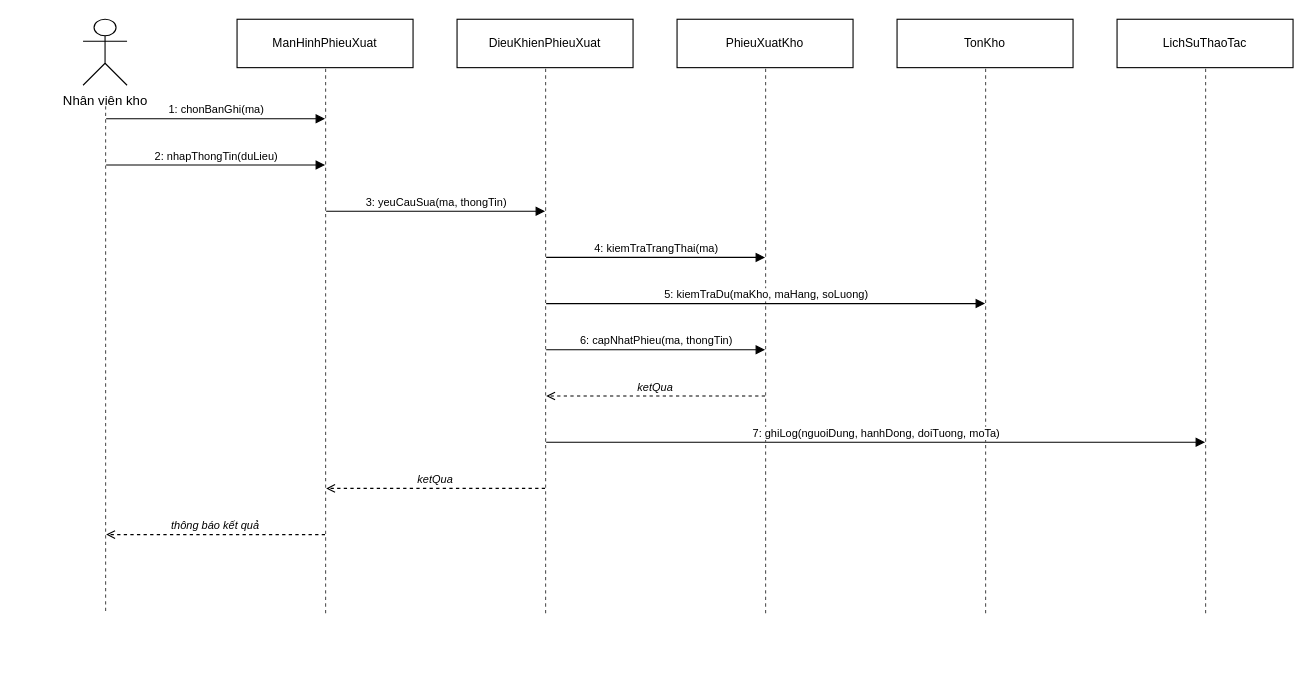
Earlier version of the draw.io diagram diagram/drawio/5.29_sequence_uc29.drawio (quangminh1212/Phan-tich-va-thiet-ke-he-thong). Source tidied: cells renumbered, new cells numbered last; positions are measured from the earlier drawing's top-left corner, leaving out a move shared by most shapes. Both pictures are drawn from the tidied source at 110%, with x=0, y=0 at pixel (82, 19).
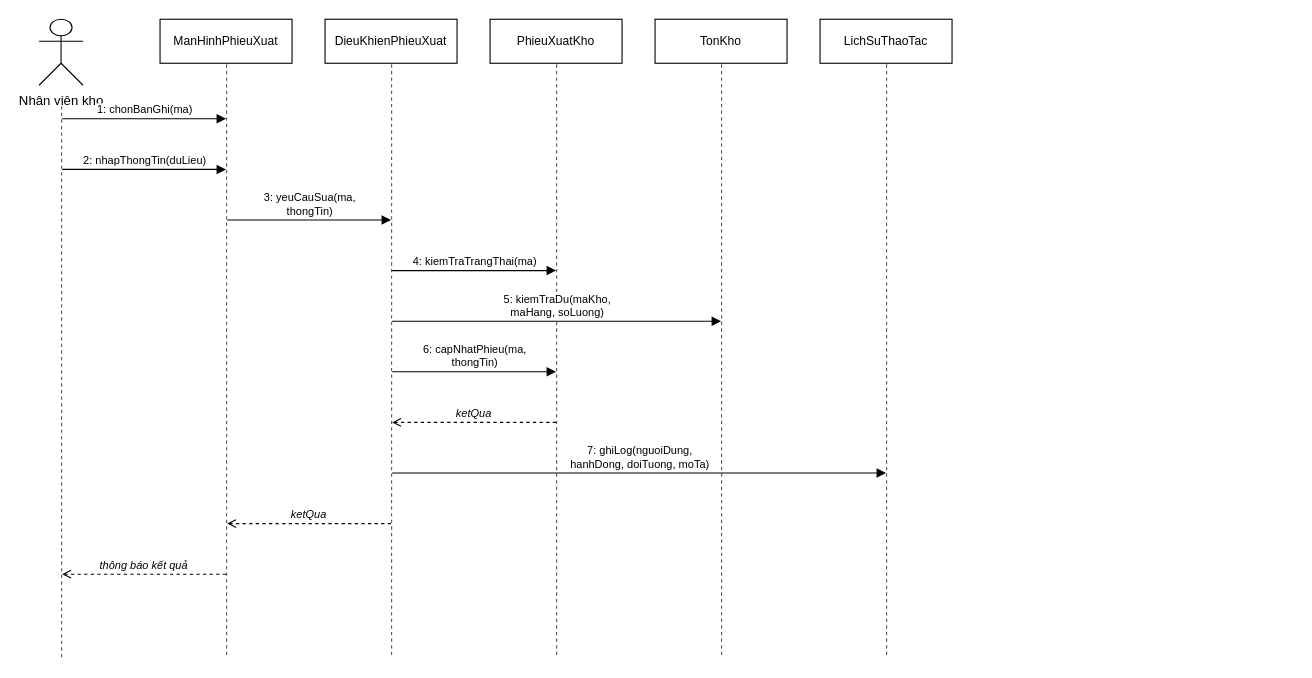
The same page after the edit.

Change to the diagram source:
```diff
@@
     <mxCell id="2" value="Nhân viên kho" style="shape=umlActor;verticalLabelPosition=bottom;verticalAlign=top;html=1;fillColor=#FFFFFF;strokeColor=#000000;" parent="1" vertex="1">
-      <mxGeometry width="40" height="60" as="geometry" />
+      <mxGeometry x="-40" width="40" height="60" as="geometry" />
     </mxCell>
     <mxCell id="3" style="point;html=1;fillColor=none;strokeColor=none;" parent="1" vertex="1">
-      <mxGeometry x="20" y="78" width="1" height="1" as="geometry" />
+      <mxGeometry x="-20" y="78" width="1" height="1" as="geometry" />
     </mxCell>
     <mxCell id="4" style="point;html=1;fillColor=none;strokeColor=none;" parent="1" vertex="1">
-      <mxGeometry x="20" y="540" width="1" height="1" as="geometry" />
+      <mxGeometry x="-20" y="580" width="1" height="1" as="geometry" />
     </mxCell>
@@
     <mxCell id="6" value="ManHinhPhieuXuat" style="rounded=0;whiteSpace=wrap;html=1;fillColor=#FFFFFF;strokeColor=#000000;fontSize=11;align=center;" parent="1" vertex="1">
-      <mxGeometry x="140" width="160" height="44" as="geometry" />
+      <mxGeometry x="70" width="120" height="40" as="geometry" />
     </mxCell>
     <mxCell id="7" style="point;html=1;fillColor=none;strokeColor=none;" parent="1" vertex="1">
-      <mxGeometry x="220" y="44" width="1" height="1" as="geometry" />
+      <mxGeometry x="130" y="40" width="1" height="1" as="geometry" />
     </mxCell>
     <mxCell id="8" style="point;html=1;fillColor=none;strokeColor=none;" parent="1" vertex="1">
-      <mxGeometry x="220" y="540" width="1" height="1" as="geometry" />
+      <mxGeometry x="130" y="580" width="1" height="1" as="geometry" />
     </mxCell>
@@
     <mxCell id="10" value="DieuKhienPhieuXuat" style="rounded=0;whiteSpace=wrap;html=1;fillColor=#FFFFFF;strokeColor=#000000;fontSize=11;align=center;" parent="1" vertex="1">
-      <mxGeometry x="340" width="160" height="44" as="geometry" />
+      <mxGeometry x="220" width="120" height="40" as="geometry" />
     </mxCell>
     <mxCell id="11" style="point;html=1;fillColor=none;strokeColor=none;" parent="1" vertex="1">
-      <mxGeometry x="420" y="44" width="1" height="1" as="geometry" />
+      <mxGeometry x="280" y="40" width="1" height="1" as="geometry" />
     </mxCell>
     <mxCell id="12" style="point;html=1;fillColor=none;strokeColor=none;" parent="1" vertex="1">
-      <mxGeometry x="420" y="540" width="1" height="1" as="geometry" />
+      <mxGeometry x="280" y="580" width="1" height="1" as="geometry" />
     </mxCell>
@@
     <mxCell id="14" value="PhieuXuatKho" style="rounded=0;whiteSpace=wrap;html=1;fillColor=#FFFFFF;strokeColor=#000000;fontSize=11;align=center;" parent="1" vertex="1">
-      <mxGeometry x="540" width="160" height="44" as="geometry" />
+      <mxGeometry x="370" width="120" height="40" as="geometry" />
     </mxCell>
     <mxCell id="15" style="point;html=1;fillColor=none;strokeColor=none;" parent="1" vertex="1">
-      <mxGeometry x="620" y="44" width="1" height="1" as="geometry" />
+      <mxGeometry x="430" y="40" width="1" height="1" as="geometry" />
     </mxCell>
     <mxCell id="16" style="point;html=1;fillColor=none;strokeColor=none;" parent="1" vertex="1">
-      <mxGeometry x="620" y="540" width="1" height="1" as="geometry" />
+      <mxGeometry x="430" y="580" width="1" height="1" as="geometry" />
     </mxCell>
@@
     <mxCell id="18" value="TonKho" style="rounded=0;whiteSpace=wrap;html=1;fillColor=#FFFFFF;strokeColor=#000000;fontSize=11;align=center;" parent="1" vertex="1">
-      <mxGeometry x="740" width="160" height="44" as="geometry" />
+      <mxGeometry x="520" width="120" height="40" as="geometry" />
     </mxCell>
     <mxCell id="19" style="point;html=1;fillColor=none;strokeColor=none;" parent="1" vertex="1">
-      <mxGeometry x="820" y="44" width="1" height="1" as="geometry" />
+      <mxGeometry x="580" y="40" width="1" height="1" as="geometry" />
     </mxCell>
     <mxCell id="20" style="point;html=1;fillColor=none;strokeColor=none;" parent="1" vertex="1">
-      <mxGeometry x="820" y="540" width="1" height="1" as="geometry" />
+      <mxGeometry x="580" y="580" width="1" height="1" as="geometry" />
     </mxCell>
@@
     <mxCell id="22" value="LichSuThaoTac" style="rounded=0;whiteSpace=wrap;html=1;fillColor=#FFFFFF;strokeColor=#000000;fontSize=11;align=center;" parent="1" vertex="1">
-      <mxGeometry x="940" width="160" height="44" as="geometry" />
+      <mxGeometry x="670" width="120" height="40" as="geometry" />
     </mxCell>
     <mxCell id="23" style="point;html=1;fillColor=none;strokeColor=none;" parent="1" vertex="1">
-      <mxGeometry x="1020" y="44" width="1" height="1" as="geometry" />
+      <mxGeometry x="730" y="40" width="1" height="1" as="geometry" />
     </mxCell>
     <mxCell id="24" style="point;html=1;fillColor=none;strokeColor=none;" parent="1" vertex="1">
-      <mxGeometry x="1020" y="540" width="1" height="1" as="geometry" />
+      <mxGeometry x="730" y="580" width="1" height="1" as="geometry" />
     </mxCell>
@@
     <mxCell id="26" style="point;html=1;fillColor=none;strokeColor=none;" parent="1" vertex="1">
-      <mxGeometry x="20" y="90" width="1" height="1" as="geometry" />
+      <mxGeometry x="-20" y="90" width="1" height="1" as="geometry" />
     </mxCell>
     <mxCell id="27" style="point;html=1;fillColor=none;strokeColor=none;" parent="1" vertex="1">
-      <mxGeometry x="220" y="90" width="1" height="1" as="geometry" />
+      <mxGeometry x="130" y="90" width="1" height="1" as="geometry" />
     </mxCell>
@@
     <mxCell id="29" style="point;html=1;fillColor=none;strokeColor=none;" parent="1" vertex="1">
-      <mxGeometry x="20" y="132" width="1" height="1" as="geometry" />
+      <mxGeometry x="-20" y="136" width="1" height="1" as="geometry" />
     </mxCell>
     <mxCell id="30" style="point;html=1;fillColor=none;strokeColor=none;" parent="1" vertex="1">
-      <mxGeometry x="220" y="132" width="1" height="1" as="geometry" />
+      <mxGeometry x="130" y="136" width="1" height="1" as="geometry" />
     </mxCell>
@@
     <mxCell id="32" style="point;html=1;fillColor=none;strokeColor=none;" parent="1" vertex="1">
-      <mxGeometry x="220" y="174" width="1" height="1" as="geometry" />
+      <mxGeometry x="130" y="182" width="1" height="1" as="geometry" />
     </mxCell>
     <mxCell id="33" style="point;html=1;fillColor=none;strokeColor=none;" parent="1" vertex="1">
-      <mxGeometry x="420" y="174" width="1" height="1" as="geometry" />
+      <mxGeometry x="280" y="182" width="1" height="1" as="geometry" />
     </mxCell>
-    <mxCell id="34" value="3: yeuCauSua(ma, thongTin)" style="html=1;verticalAlign=bottom;endArrow=block;endFill=1;rounded=0;strokeColor=#000000;fontSize=10;" parent="1" edge="1" source="32" target="33">
+    <mxCell id="34" value="3: yeuCauSua(ma,&#10;thongTin)" style="html=1;verticalAlign=bottom;endArrow=block;endFill=1;rounded=0;strokeColor=#000000;fontSize=10;" parent="1" edge="1" source="32" target="33">
       <mxGeometry relative="1" as="geometry" />
     </mxCell>
     <mxCell id="35" style="point;html=1;fillColor=none;strokeColor=none;" parent="1" vertex="1">
-      <mxGeometry x="420" y="216" width="1" height="1" as="geometry" />
+      <mxGeometry x="280" y="228" width="1" height="1" as="geometry" />
     </mxCell>
     <mxCell id="36" style="point;html=1;fillColor=none;strokeColor=none;" parent="1" vertex="1">
-      <mxGeometry x="620" y="216" width="1" height="1" as="geometry" />
+      <mxGeometry x="430" y="228" width="1" height="1" as="geometry" />
     </mxCell>
@@
     <mxCell id="38" style="point;html=1;fillColor=none;strokeColor=none;" parent="1" vertex="1">
-      <mxGeometry x="420" y="258" width="1" height="1" as="geometry" />
+      <mxGeometry x="280" y="274" width="1" height="1" as="geometry" />
     </mxCell>
     <mxCell id="39" style="point;html=1;fillColor=none;strokeColor=none;" parent="1" vertex="1">
-      <mxGeometry x="820" y="258" width="1" height="1" as="geometry" />
+      <mxGeometry x="580" y="274" width="1" height="1" as="geometry" />
     </mxCell>
-    <mxCell id="40" value="5: kiemTraDu(maKho, maHang, soLuong)" style="html=1;verticalAlign=bottom;endArrow=block;endFill=1;rounded=0;strokeColor=#000000;fontSize=10;" parent="1" edge="1" source="38" target="39">
+    <mxCell id="40" value="5: kiemTraDu(maKho,&#10;maHang, soLuong)" style="html=1;verticalAlign=bottom;endArrow=block;endFill=1;rounded=0;strokeColor=#000000;fontSize=10;" parent="1" edge="1" source="38" target="39">
       <mxGeometry relative="1" as="geometry" />
     </mxCell>
     <mxCell id="41" style="point;html=1;fillColor=none;strokeColor=none;" parent="1" vertex="1">
-      <mxGeometry x="420" y="300" width="1" height="1" as="geometry" />
+      <mxGeometry x="280" y="320" width="1" height="1" as="geometry" />
     </mxCell>
     <mxCell id="42" style="point;html=1;fillColor=none;strokeColor=none;" parent="1" vertex="1">
-      <mxGeometry x="620" y="300" width="1" height="1" as="geometry" />
+      <mxGeometry x="430" y="320" width="1" height="1" as="geometry" />
     </mxCell>
-    <mxCell id="43" value="6: capNhatPhieu(ma, thongTin)" style="html=1;verticalAlign=bottom;endArrow=block;endFill=1;rounded=0;strokeColor=#000000;fontSize=10;" parent="1" edge="1" source="41" target="42">
+    <mxCell id="43" value="6: capNhatPhieu(ma,&#10;thongTin)" style="html=1;verticalAlign=bottom;endArrow=block;endFill=1;rounded=0;strokeColor=#000000;fontSize=10;" parent="1" edge="1" source="41" target="42">
       <mxGeometry relative="1" as="geometry" />
     </mxCell>
     <mxCell id="44" style="point;html=1;fillColor=none;strokeColor=none;" parent="1" vertex="1">
-      <mxGeometry x="620" y="342" width="1" height="1" as="geometry" />
+      <mxGeometry x="430" y="366" width="1" height="1" as="geometry" />
     </mxCell>
     <mxCell id="45" style="point;html=1;fillColor=none;strokeColor=none;" parent="1" vertex="1">
-      <mxGeometry x="420" y="342" width="1" height="1" as="geometry" />
+      <mxGeometry x="280" y="366" width="1" height="1" as="geometry" />
     </mxCell>
@@
     <mxCell id="47" style="point;html=1;fillColor=none;strokeColor=none;" parent="1" vertex="1">
-      <mxGeometry x="420" y="384" width="1" height="1" as="geometry" />
+      <mxGeometry x="280" y="412" width="1" height="1" as="geometry" />
     </mxCell>
     <mxCell id="48" style="point;html=1;fillColor=none;strokeColor=none;" parent="1" vertex="1">
-      <mxGeometry x="1020" y="384" width="1" height="1" as="geometry" />
+      <mxGeometry x="730" y="412" width="1" height="1" as="geometry" />
     </mxCell>
-    <mxCell id="49" value="7: ghiLog(nguoiDung, hanhDong, doiTuong, moTa)" style="html=1;verticalAlign=bottom;endArrow=block;endFill=1;rounded=0;strokeColor=#000000;fontSize=10;" parent="1" edge="1" source="47" target="48">
+    <mxCell id="49" value="7: ghiLog(nguoiDung,&#10;hanhDong, doiTuong, moTa)" style="html=1;verticalAlign=bottom;endArrow=block;endFill=1;rounded=0;strokeColor=#000000;fontSize=10;" parent="1" edge="1" source="47" target="48">
       <mxGeometry relative="1" as="geometry" />
     </mxCell>
     <mxCell id="50" style="point;html=1;fillColor=none;strokeColor=none;" parent="1" vertex="1">
-      <mxGeometry x="420" y="426" width="1" height="1" as="geometry" />
+      <mxGeometry x="280" y="458" width="1" height="1" as="geometry" />
     </mxCell>
     <mxCell id="51" style="point;html=1;fillColor=none;strokeColor=none;" parent="1" vertex="1">
-      <mxGeometry x="220" y="426" width="1" height="1" as="geometry" />
+      <mxGeometry x="130" y="458" width="1" height="1" as="geometry" />
     </mxCell>
@@
     <mxCell id="53" style="point;html=1;fillColor=none;strokeColor=none;" parent="1" vertex="1">
-      <mxGeometry x="220" y="468" width="1" height="1" as="geometry" />
+      <mxGeometry x="130" y="504" width="1" height="1" as="geometry" />
     </mxCell>
     <mxCell id="54" style="point;html=1;fillColor=none;strokeColor=none;" parent="1" vertex="1">
-      <mxGeometry x="20" y="468" width="1" height="1" as="geometry" />
+      <mxGeometry x="-20" y="504" width="1" height="1" as="geometry" />
     </mxCell>
```
